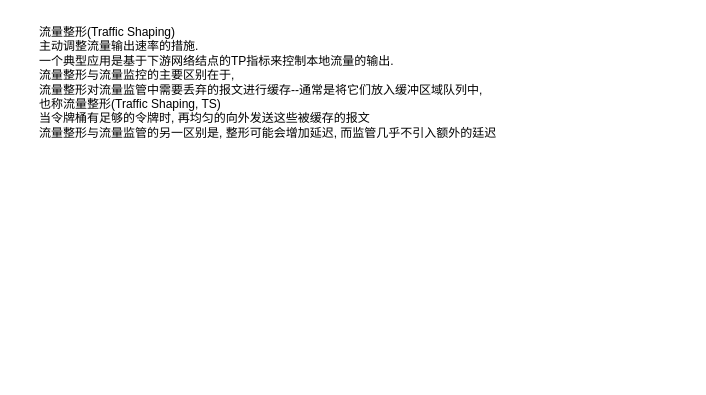
Before: page "中十二《Netty流量整形数据流速率控制分析与实战》" (14 of 15) of file/Netty案例.drawio in spbreak/netty-hlx-01, a draw.io diagram. Source tidied: cells renumbered, new cells numbered last; positions are measured from the earlier drawing's top-left corner, leaving out a move shared by most shapes. Both pictures are drawn from the tidied source at 100%, with x=0, y=0 at pixel (37, 17).
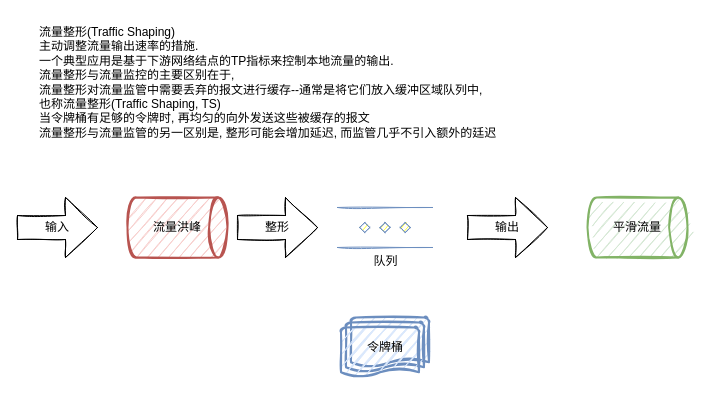
The same page after the edit.

The edit, as a diff of the source:
```diff
@@
 <mxGraphModel>
   <root>
     <mxCell id="0" />
     <mxCell id="1" parent="0" />
     <mxCell id="2" value="流量整形(Traffic Shaping)&lt;br&gt;主动调整流量输出速率的措施.&lt;br&gt;一个典型应用是基于下游网络结点的TP指标来控制本地流量的输出.&amp;nbsp;&lt;br&gt;流量整形与流量监控的主要区别在于,&amp;nbsp;&lt;br&gt;流量整形对流量监管中需要丢弃的报文进行缓存--通常是将它们放入缓冲区域队列中,&amp;nbsp;&lt;br&gt;也称流量整形(Traffic Shaping, TS)&lt;br&gt;当令牌桶有足够的令牌时,&amp;nbsp;再均匀的向外发送这些被缓存的报文&lt;br&gt;流量整形与流量监管的另一区别是,&amp;nbsp;整形可能会增加延迟,&amp;nbsp;而监管几乎不引入额外的廷迟" style="text;html=1;align=left;verticalAlign=middle;strokeColor=none;fillColor=none;" parent="1" vertex="1">
       <mxGeometry width="480" height="130" as="geometry" />
     </mxCell>
+    <mxCell id="3" value="输入" style="shape=singleArrow;whiteSpace=wrap;html=1;arrowWidth=0.4;arrowSize=0.4;sketch=1;" parent="1" vertex="1">
+      <mxGeometry x="-20" y="180" width="80" height="60" as="geometry" />
+    </mxCell>
+    <mxCell id="4" value="流量洪峰" style="strokeWidth=2;html=1;shape=mxgraph.flowchart.direct_data;whiteSpace=wrap;sketch=1;fillColor=#f8cecc;strokeColor=#b85450;" parent="1" vertex="1">
+      <mxGeometry x="90" y="180" width="100" height="60" as="geometry" />
+    </mxCell>
+    <mxCell id="5" value="整形" style="shape=singleArrow;whiteSpace=wrap;html=1;arrowWidth=0.4;arrowSize=0.4;sketch=1;" parent="1" vertex="1">
+      <mxGeometry x="200" y="180" width="80" height="60" as="geometry" />
+    </mxCell>
+    <mxCell id="6" value="队列" style="verticalLabelPosition=bottom;verticalAlign=top;html=1;shape=mxgraph.flowchart.parallel_mode;sketch=1;fillColor=#dae8fc;strokeColor=#6c8ebf;" parent="1" vertex="1">
+      <mxGeometry x="300" y="190" width="95" height="40" as="geometry" />
+    </mxCell>
+    <mxCell id="7" value="令牌桶" style="strokeWidth=2;html=1;shape=mxgraph.flowchart.multi-document;whiteSpace=wrap;sketch=1;fillColor=#dae8fc;strokeColor=#6c8ebf;" parent="1" vertex="1">
+      <mxGeometry x="303.5" y="300" width="88" height="60" as="geometry" />
+    </mxCell>
+    <mxCell id="8" value="输出" style="shape=singleArrow;whiteSpace=wrap;html=1;arrowWidth=0.4;arrowSize=0.4;sketch=1;" parent="1" vertex="1">
+      <mxGeometry x="430" y="180" width="80" height="60" as="geometry" />
+    </mxCell>
+    <mxCell id="9" value="平滑流量" style="strokeWidth=2;html=1;shape=mxgraph.flowchart.direct_data;whiteSpace=wrap;sketch=1;fillColor=#d5e8d4;strokeColor=#82b366;" parent="1" vertex="1">
+      <mxGeometry x="550" y="180" width="100" height="60" as="geometry" />
+    </mxCell>
   </root>
 </mxGraphModel>
```
